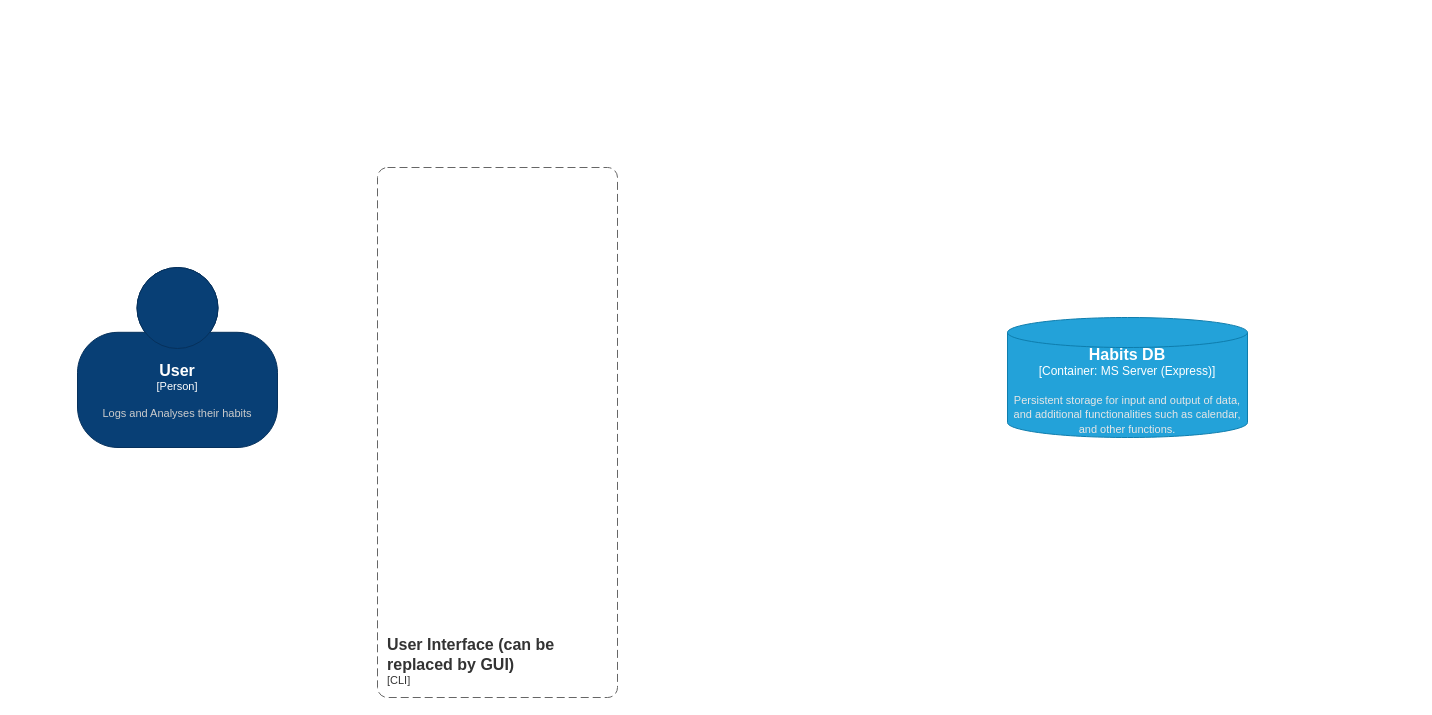
viquta/habit_replacer_tracker keeps this draw.io diagram as Documentation/Usr_flow.drawio. Above is the earlier version. Source tidied: cells renumbered, new cells numbered last; positions are measured from the earlier drawing's top-left corner, leaving out a move shared by most shapes. Both pictures are drawn from the tidied source at 100%, with x=0, y=0 at pixel (77, 167).
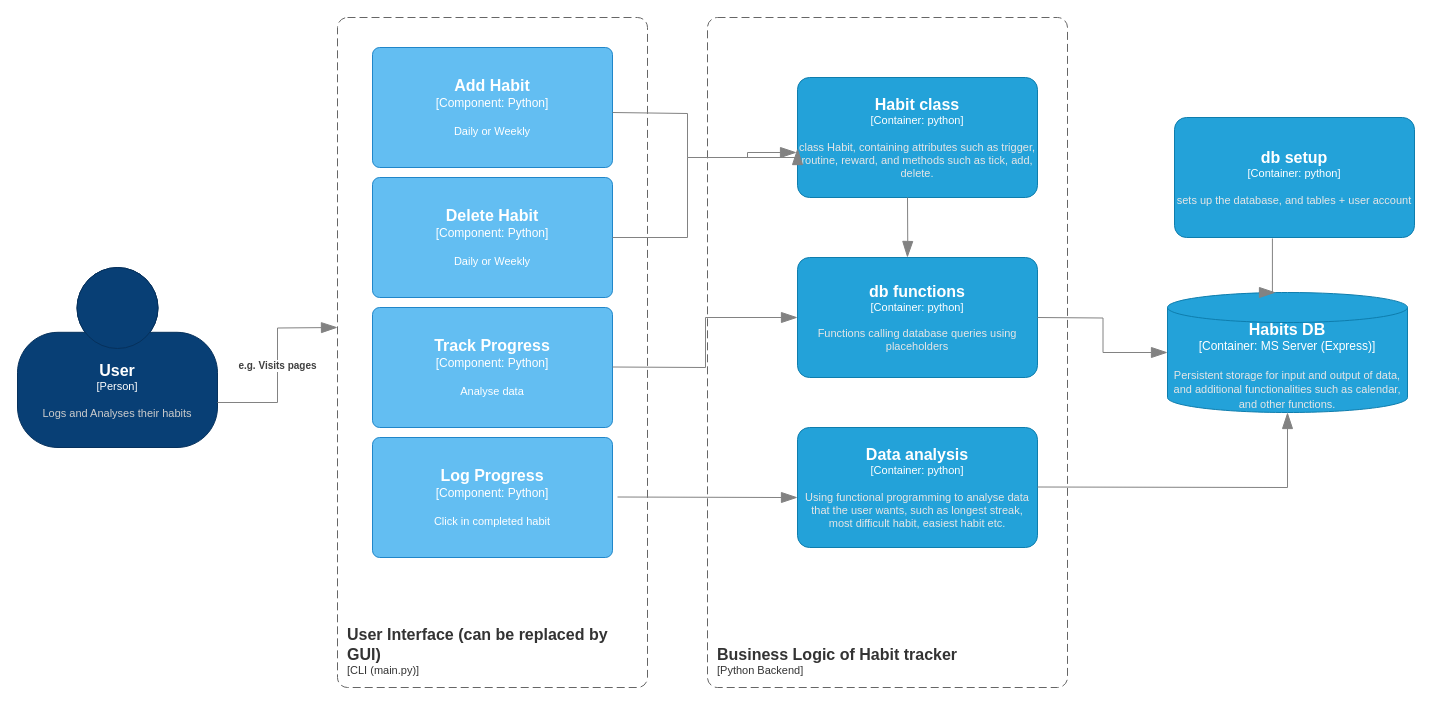
After the change.

Diff of the diagram source:
```diff
@@
     <object id="2" label="&lt;font style=&quot;font-size: 16px&quot;&gt;&lt;b&gt;%c4Name%&lt;/b&gt;&lt;/font&gt;&lt;div&gt;[%c4Type%]&lt;/div&gt;&lt;br&gt;&lt;div&gt;&lt;font style=&quot;font-size: 11px&quot;&gt;&lt;font color=&quot;#cccccc&quot;&gt;%c4Description%&lt;/font&gt;&lt;/div&gt;" c4Description="Logs and Analyses their habits" c4Name="User" c4Type="Person" placeholders="1">
       <mxCell style="html=1;fontSize=11;dashed=0;whiteSpace=wrap;fillColor=#083F75;strokeColor=#06315C;fontColor=#ffffff;shape=mxgraph.c4.person2;align=center;points=[[0.5,0,0],[1,0.5,0],[1,0.75,0],[0.75,1,0],[0.5,1,0],[0.25,1,0],[0,0.75,0],[0,0.5,0]];" parent="1" vertex="1">
-        <mxGeometry y="100" width="200" height="180" as="geometry" />
+        <mxGeometry x="-60" y="100" width="200" height="180" as="geometry" />
       </mxCell>
     </object>
     <object id="3" label="&lt;font style=&quot;font-size: 16px&quot;&gt;&lt;b&gt;%c4Name%&lt;/b&gt;&lt;/font&gt;&lt;div&gt;[%c4Type%:&amp;nbsp;%c4Technology%]&lt;/div&gt;&lt;br&gt;&lt;div&gt;&lt;font style=&quot;font-size: 11px&quot;&gt;&lt;font color=&quot;#E6E6E6&quot;&gt;%c4Description%&lt;/font&gt;&lt;/div&gt;" c4Description="Persistent storage for input and output of data, and additional functionalities such as calendar, and other functions.  " c4Name="Habits DB" c4Technology="MS Server (Express)" c4Type="Container" placeholders="1">
       <mxCell style="shape=cylinder3;size=15;whiteSpace=wrap;html=1;boundedLbl=1;rounded=0;labelBackgroundColor=none;fillColor=#23A2D9;fontSize=12;fontColor=#ffffff;align=center;strokeColor=#0E7DAD;points=[[0.5,0,0],[1,0.25,0],[1,0.5,0],[1,0.75,0],[0.5,1,0],[0,0.75,0],[0,0.5,0],[0,0.25,0]];" parent="1" vertex="1">
-        <mxGeometry x="930" y="150" width="240" height="120" as="geometry" />
+        <mxGeometry x="1090" y="125" width="240" height="120" as="geometry" />
       </mxCell>
     </object>
-    <object id="4" label="&lt;font style=&quot;font-size: 16px&quot;&gt;&lt;b&gt;&lt;div style=&quot;text-align: left&quot;&gt;%c4Name%&lt;/div&gt;&lt;/b&gt;&lt;/font&gt;&lt;div style=&quot;text-align: left&quot;&gt;[%c4Application%]&lt;/div&gt;" c4Application="CLI" c4Name="User Interface (can be replaced by GUI)" placeholders="1">
+    <object id="4" label="&lt;font style=&quot;font-size: 16px&quot;&gt;&lt;b&gt;&lt;div style=&quot;text-align: left&quot;&gt;%c4Name%&lt;/div&gt;&lt;/b&gt;&lt;/font&gt;&lt;div style=&quot;text-align: left&quot;&gt;[%c4Application%]&lt;/div&gt;" c4Application="CLI (main.py)" c4Name="User Interface (can be replaced by GUI)" placeholders="1">
       <mxCell style="rounded=1;fontSize=11;whiteSpace=wrap;html=1;dashed=1;arcSize=20;fillColor=none;strokeColor=#666666;fontColor=#333333;labelBackgroundColor=none;align=left;verticalAlign=bottom;labelBorderColor=none;spacingTop=0;spacing=10;dashPattern=8 4;perimeter=rectanglePerimeter;noLabel=0;labelPadding=0;absoluteArcSize=1;" parent="1" vertex="1">
-        <mxGeometry x="300" width="240" height="530" as="geometry" />
+        <mxGeometry x="260" y="-150" width="310" height="670" as="geometry" />
       </mxCell>
     </object>
+    <object id="5" label="&lt;font style=&quot;font-size: 16px&quot;&gt;&lt;b&gt;%c4Name%&lt;/b&gt;&lt;/font&gt;&lt;div&gt;[%c4Type%: %c4Technology%]&lt;/div&gt;&lt;br&gt;&lt;div&gt;&lt;font style=&quot;font-size: 11px&quot;&gt;%c4Description%&lt;/font&gt;&lt;/div&gt;" c4Description="Daily or Weekly" c4Name="Add Habit" c4Technology="Python" c4Type="Component" placeholders="1">
+      <mxCell style="rounded=1;whiteSpace=wrap;html=1;labelBackgroundColor=none;fillColor=#63BEF2;fontColor=#ffffff;align=center;arcSize=6;strokeColor=#2086C9;" parent="1" vertex="1">
+        <mxGeometry x="295" y="-120" width="240" height="120" as="geometry" />
+      </mxCell>
+    </object>
+    <object id="6" label="&lt;font style=&quot;font-size: 16px&quot;&gt;&lt;b&gt;%c4Name%&lt;/b&gt;&lt;/font&gt;&lt;div&gt;[%c4Type%: %c4Technology%]&lt;/div&gt;&lt;br&gt;&lt;div&gt;&lt;font style=&quot;font-size: 11px&quot;&gt;%c4Description%&lt;/font&gt;&lt;/div&gt;" c4Description="Daily or Weekly" c4Name="Delete Habit" c4Technology="Python" c4Type="Component" placeholders="1">
+      <mxCell style="rounded=1;whiteSpace=wrap;html=1;labelBackgroundColor=none;fillColor=#63BEF2;fontColor=#ffffff;align=center;arcSize=6;strokeColor=#2086C9;points=[[0.25,0,0],[0.5,0,0],[0.75,0,0],[1,0.25,0],[1,0.5,0],[1,0.75,0],[0.75,1,0],[0.5,1,0],[0.25,1,0],[0,0.75,0],[0,0.5,0],[0,0.25,0]];" parent="1" vertex="1">
+        <mxGeometry x="295" y="10" width="240" height="120" as="geometry" />
+      </mxCell>
+    </object>
+    <object id="7" label="&lt;font style=&quot;font-size: 16px&quot;&gt;&lt;b&gt;%c4Name%&lt;/b&gt;&lt;/font&gt;&lt;div&gt;[%c4Type%: %c4Technology%]&lt;/div&gt;&lt;br&gt;&lt;div&gt;&lt;font style=&quot;font-size: 11px&quot;&gt;%c4Description%&lt;/font&gt;&lt;/div&gt;" c4Description="Analyse data" c4Name="Track Progress" c4Technology="Python" c4Type="Component" placeholders="1">
+      <mxCell style="rounded=1;whiteSpace=wrap;html=1;labelBackgroundColor=none;fillColor=#63BEF2;fontColor=#ffffff;align=center;arcSize=6;strokeColor=#2086C9;" parent="1" vertex="1">
+        <mxGeometry x="295" y="140" width="240" height="120" as="geometry" />
+      </mxCell>
+    </object>
+    <object id="8" label="&lt;font style=&quot;font-size: 16px&quot;&gt;&lt;b&gt;%c4Name%&lt;/b&gt;&lt;/font&gt;&lt;div&gt;[%c4Type%: %c4Technology%]&lt;/div&gt;&lt;br&gt;&lt;div&gt;&lt;font style=&quot;font-size: 11px&quot;&gt;%c4Description%&lt;/font&gt;&lt;/div&gt;" c4Description="Click in completed habit" c4Name="Log Progress" c4Technology="Python" c4Type="Component" placeholders="1">
+      <mxCell style="rounded=1;whiteSpace=wrap;html=1;labelBackgroundColor=none;fillColor=#63BEF2;fontColor=#ffffff;align=center;arcSize=6;strokeColor=#2086C9;" parent="1" vertex="1">
+        <mxGeometry x="295" y="270" width="240" height="120" as="geometry" />
+      </mxCell>
+    </object>
+    <object id="9" label="&lt;font style=&quot;font-size: 16px&quot;&gt;&lt;b&gt;&lt;div style=&quot;text-align: left&quot;&gt;%c4Name%&lt;/div&gt;&lt;/b&gt;&lt;/font&gt;&lt;div style=&quot;text-align: left&quot;&gt;[%c4Application%]&lt;/div&gt;" c4Application="Python Backend" c4Name="Business Logic of Habit tracker" placeholders="1">
+      <mxCell style="rounded=1;fontSize=11;whiteSpace=wrap;html=1;dashed=1;arcSize=20;fillColor=none;strokeColor=#666666;fontColor=#333333;labelBackgroundColor=none;align=left;verticalAlign=bottom;labelBorderColor=none;spacingTop=0;spacing=10;dashPattern=8 4;perimeter=rectanglePerimeter;noLabel=0;labelPadding=0;absoluteArcSize=1;" parent="1" vertex="1">
+        <mxGeometry x="630" y="-150" width="360" height="670" as="geometry" />
+      </mxCell>
+    </object>
+    <object id="10" label="&lt;font style=&quot;font-size: 16px&quot;&gt;&lt;b&gt;%c4Name%&lt;/b&gt;&lt;/font&gt;&lt;div&gt;[%c4Type%: %c4Technology%]&lt;/div&gt;&lt;br&gt;&lt;div&gt;&lt;font style=&quot;font-size: 11px&quot;&gt;&lt;font color=&quot;#E6E6E6&quot;&gt;%c4Description%&lt;/font&gt;&lt;/div&gt;" c4Description="sets up the database, and tables + user account" c4Name="db setup" c4Technology="python" c4Type="Container" placeholders="1">
+      <mxCell style="rounded=1;whiteSpace=wrap;html=1;fontSize=11;labelBackgroundColor=none;fillColor=#23A2D9;fontColor=#ffffff;align=center;arcSize=10;strokeColor=#0E7DAD;points=[[0.25,0,0],[0.5,0,0],[0.75,0,0],[1,0.25,0],[1,0.5,0],[1,0.75,0],[0.75,1,0],[0.5,1,0],[0.25,1,0],[0,0.75,0],[0,0.5,0],[0,0.25,0]];" parent="1" vertex="1">
+        <mxGeometry x="1097" y="-50" width="240" height="120" as="geometry" />
+      </mxCell>
+    </object>
+    <object id="11" label="&lt;font style=&quot;font-size: 16px&quot;&gt;&lt;b&gt;%c4Name%&lt;/b&gt;&lt;/font&gt;&lt;div&gt;[%c4Type%: %c4Technology%]&lt;/div&gt;&lt;br&gt;&lt;div&gt;&lt;font style=&quot;font-size: 11px&quot;&gt;&lt;font color=&quot;#E6E6E6&quot;&gt;%c4Description%&lt;/font&gt;&lt;/div&gt;" c4Description="Functions calling database queries using placeholders" c4Name="db functions" c4Technology="python" c4Type="Container" placeholders="1">
+      <mxCell style="rounded=1;whiteSpace=wrap;html=1;fontSize=11;labelBackgroundColor=none;fillColor=#23A2D9;fontColor=#ffffff;align=center;arcSize=10;strokeColor=#0E7DAD;points=[[0.25,0,0],[0.5,0,0],[0.75,0,0],[1,0.25,0],[1,0.5,0],[1,0.75,0],[0.75,1,0],[0.5,1,0],[0.25,1,0],[0,0.75,0],[0,0.5,0],[0,0.25,0]];" parent="1" vertex="1">
+        <mxGeometry x="720" y="90" width="240" height="120" as="geometry" />
+      </mxCell>
+    </object>
+    <object id="12" label="&lt;font style=&quot;font-size: 16px&quot;&gt;&lt;b&gt;%c4Name%&lt;/b&gt;&lt;/font&gt;&lt;div&gt;[%c4Type%: %c4Technology%]&lt;/div&gt;&lt;br&gt;&lt;div&gt;&lt;font style=&quot;font-size: 11px&quot;&gt;&lt;font color=&quot;#E6E6E6&quot;&gt;%c4Description%&lt;/font&gt;&lt;/div&gt;" c4Description="class Habit, containing attributes such as trigger, routine, reward, and methods such as tick, add, delete. " c4Name="Habit class" c4Technology="python" c4Type="Container" placeholders="1">
+      <mxCell style="rounded=1;whiteSpace=wrap;html=1;fontSize=11;labelBackgroundColor=none;fillColor=#23A2D9;fontColor=#ffffff;align=center;arcSize=10;strokeColor=#0E7DAD;points=[[0.25,0,0],[0.5,0,0],[0.75,0,0],[1,0.25,0],[1,0.5,0],[1,0.75,0],[0.75,1,0],[0.5,1,0],[0.25,1,0],[0,0.75,0],[0,0.5,0],[0,0.25,0]];" parent="1" vertex="1">
+        <mxGeometry x="720" y="-90" width="240" height="120" as="geometry" />
+      </mxCell>
+    </object>
+    <object id="13" label="&lt;font style=&quot;font-size: 16px&quot;&gt;&lt;b&gt;%c4Name%&lt;/b&gt;&lt;/font&gt;&lt;div&gt;[%c4Type%: %c4Technology%]&lt;/div&gt;&lt;br&gt;&lt;div&gt;&lt;font style=&quot;font-size: 11px&quot;&gt;&lt;font color=&quot;#E6E6E6&quot;&gt;%c4Description%&lt;/font&gt;&lt;/div&gt;" c4Description="Using functional programming to analyse data that the user wants, such as longest streak, most difficult habit, easiest habit etc. " c4Name="Data analysis" c4Technology="python" c4Type="Container" placeholders="1">
+      <mxCell style="rounded=1;whiteSpace=wrap;html=1;fontSize=11;labelBackgroundColor=none;fillColor=#23A2D9;fontColor=#ffffff;align=center;arcSize=10;strokeColor=#0E7DAD;" parent="1" vertex="1">
+        <mxGeometry x="720" y="260" width="240" height="120" as="geometry" />
+      </mxCell>
+    </object>
+    <object id="14" label="&lt;div style=&quot;text-align: left&quot;&gt;&lt;div style=&quot;text-align: center&quot;&gt;&lt;b&gt;%c4Description%&lt;/b&gt;&lt;/div&gt;" c4Description="e.g. Visits pages" placeholders="1">
+      <mxCell style="endArrow=blockThin;html=1;fontSize=10;fontColor=#404040;strokeWidth=1;endFill=1;strokeColor=#828282;elbow=vertical;endSize=14;startSize=14;jumpStyle=arc;jumpSize=16;rounded=0;edgeStyle=orthogonalEdgeStyle;exitX=1;exitY=0.75;exitDx=0;exitDy=0;exitPerimeter=0;" parent="1" edge="1" source="2">
+        <mxGeometry relative="1" as="geometry">
+          <mxPoint x="260" y="160" as="targetPoint" />
+        </mxGeometry>
+      </mxCell>
+    </object>
+    <mxCell id="15" style="endArrow=blockThin;html=1;fontSize=10;fontColor=#404040;strokeWidth=1;endFill=1;strokeColor=#828282;elbow=vertical;endSize=14;startSize=14;jumpStyle=arc;jumpSize=16;rounded=0;edgeStyle=orthogonalEdgeStyle;exitX=1;exitY=0.5;exitDx=0;exitDy=0;exitPerimeter=0;entryX=0;entryY=0.592;entryDx=0;entryDy=0;entryPerimeter=0;" parent="1" edge="1" target="12">
+      <mxGeometry relative="1" as="geometry">
+        <mxPoint x="535" y="-55" as="sourcePoint" />
+        <Array as="points">
+          <mxPoint x="535" y="-54" />
+          <mxPoint x="610" y="-54" />
+          <mxPoint x="610" y="-10" />
+          <mxPoint x="720" y="-10" />
+        </Array>
+      </mxGeometry>
+    </mxCell>
+    <mxCell id="16" style="endArrow=blockThin;html=1;fontSize=10;fontColor=#404040;strokeWidth=1;endFill=1;strokeColor=#828282;elbow=vertical;endSize=14;startSize=14;jumpStyle=arc;jumpSize=16;rounded=0;edgeStyle=orthogonalEdgeStyle;exitX=1;exitY=0.5;exitDx=0;exitDy=0;exitPerimeter=0;entryX=-0.004;entryY=0.625;entryDx=0;entryDy=0;entryPerimeter=0;" parent="1" edge="1" source="6" target="12">
+      <mxGeometry relative="1" as="geometry">
+        <Array as="points">
+          <mxPoint x="610" y="70" />
+          <mxPoint x="610" y="-10" />
+          <mxPoint x="670" y="-10" />
+          <mxPoint x="670" y="-15" />
+        </Array>
+      </mxGeometry>
+    </mxCell>
+    <mxCell id="17" style="endArrow=blockThin;html=1;fontSize=10;fontColor=#404040;strokeWidth=1;endFill=1;strokeColor=#828282;elbow=vertical;endSize=14;startSize=14;jumpStyle=arc;jumpSize=16;rounded=0;edgeStyle=orthogonalEdgeStyle;exitX=0.408;exitY=1.008;exitDx=0;exitDy=0;exitPerimeter=0;entryX=0.45;entryY=0;entryDx=0;entryDy=0;entryPerimeter=0;" parent="1" edge="1" source="10" target="3">
+      <mxGeometry relative="1" as="geometry">
+        <Array as="points">
+          <mxPoint x="1195" y="125" />
+        </Array>
+      </mxGeometry>
+    </mxCell>
+    <mxCell id="18" style="endArrow=blockThin;html=1;fontSize=10;fontColor=#404040;strokeWidth=1;endFill=1;strokeColor=#828282;elbow=vertical;endSize=14;startSize=14;jumpStyle=arc;jumpSize=16;rounded=0;edgeStyle=orthogonalEdgeStyle;entryX=0;entryY=0.5;entryDx=0;entryDy=0;entryPerimeter=0;" parent="1" edge="1" target="3">
+      <mxGeometry relative="1" as="geometry">
+        <mxPoint x="960" y="150" as="sourcePoint" />
+      </mxGeometry>
+    </mxCell>
+    <mxCell id="19" style="endArrow=blockThin;html=1;fontSize=10;fontColor=#404040;strokeWidth=1;endFill=1;strokeColor=#828282;elbow=vertical;endSize=14;startSize=14;jumpStyle=arc;jumpSize=16;rounded=0;edgeStyle=orthogonalEdgeStyle;entryX=0.5;entryY=1;entryDx=0;entryDy=0;entryPerimeter=0;" parent="1" edge="1" target="3">
+      <mxGeometry relative="1" as="geometry">
+        <mxPoint x="960" y="319.5" as="sourcePoint" />
+      </mxGeometry>
+    </mxCell>
+    <mxCell id="20" style="endArrow=blockThin;html=1;fontSize=10;fontColor=#404040;strokeWidth=1;endFill=1;strokeColor=#828282;elbow=vertical;endSize=14;startSize=14;jumpStyle=arc;jumpSize=16;rounded=0;edgeStyle=orthogonalEdgeStyle;" parent="1" edge="1">
+      <mxGeometry relative="1" as="geometry">
+        <mxPoint x="540" y="329.5" as="sourcePoint" />
+        <mxPoint x="720" y="330" as="targetPoint" />
+      </mxGeometry>
+    </mxCell>
+    <mxCell id="21" style="endArrow=blockThin;html=1;fontSize=10;fontColor=#404040;strokeWidth=1;endFill=1;strokeColor=#828282;elbow=vertical;endSize=14;startSize=14;jumpStyle=arc;jumpSize=16;rounded=0;edgeStyle=orthogonalEdgeStyle;entryX=0;entryY=0.5;entryDx=0;entryDy=0;entryPerimeter=0;" parent="1" edge="1" target="11">
+      <mxGeometry relative="1" as="geometry">
+        <mxPoint x="535" y="199.5" as="sourcePoint" />
+      </mxGeometry>
+    </mxCell>
+    <mxCell id="22" style="endArrow=blockThin;html=1;fontSize=10;fontColor=#404040;strokeWidth=1;endFill=1;strokeColor=#828282;elbow=vertical;endSize=14;startSize=14;jumpStyle=arc;jumpSize=16;rounded=0;edgeStyle=orthogonalEdgeStyle;entryX=0.458;entryY=0;entryDx=0;entryDy=0;entryPerimeter=0;" parent="1" edge="1" target="11">
+      <mxGeometry relative="1" as="geometry">
+        <mxPoint x="830" y="30" as="sourcePoint" />
+      </mxGeometry>
+    </mxCell>
```
